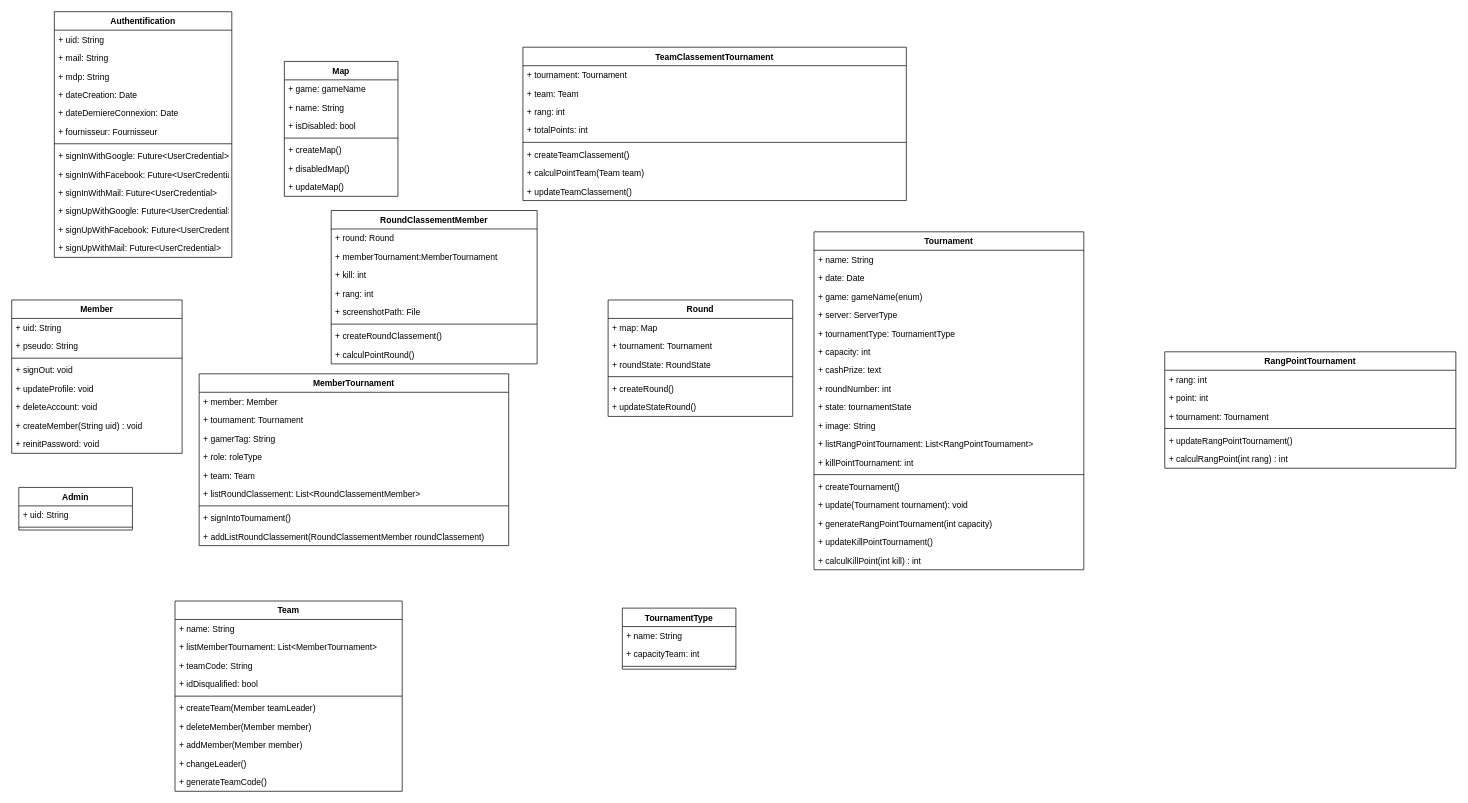
Earlier version of the draw.io diagram ospawn_cup.drawio (AlexandreMaillot/O-Spawn-Cup). Source tidied: cells renumbered, new cells numbered last; positions are measured from the earlier drawing's top-left corner, leaving out a move shared by most shapes. Both pictures are drawn from the tidied source at 71%, with x=0, y=0 at pixel (11, 11).
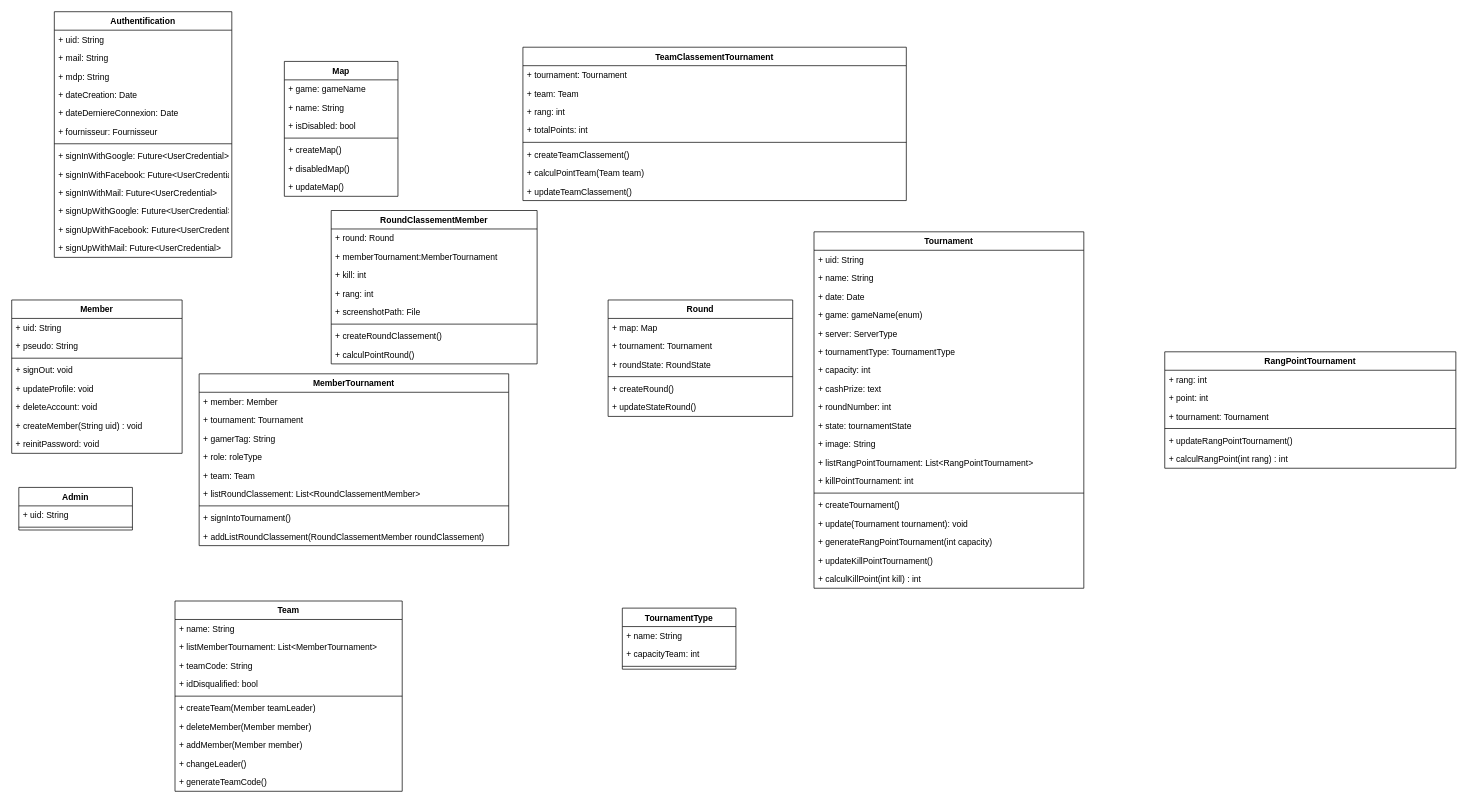
After the change.

What changed in the source:
```diff
@@
     <mxCell id="25" value="Tournament" style="swimlane;fontStyle=1;align=center;verticalAlign=top;horizontal=1;startSize=26;" parent="1" vertex="1">
-      <mxGeometry x="1130" y="310" width="380" height="476" as="geometry" />
+      <mxGeometry x="1130" y="310" width="380" height="502" as="geometry" />
     </mxCell>
+    <mxCell id="112" value="+ uid: String" style="text;strokeColor=none;fillColor=none;align=left;verticalAlign=top;spacingLeft=4;spacingRight=4;overflow=hidden;" parent="25" vertex="1">
+      <mxGeometry y="26" width="380" height="26" as="geometry" />
+    </mxCell>
     <mxCell id="26" value="+ name: String" style="text;strokeColor=none;fillColor=none;align=left;verticalAlign=top;spacingLeft=4;spacingRight=4;overflow=hidden;" parent="25" vertex="1">
-      <mxGeometry y="26" width="380" height="26" as="geometry" />
+      <mxGeometry y="52" width="380" height="26" as="geometry" />
     </mxCell>
     <mxCell id="27" value="+ date: Date" style="text;strokeColor=none;fillColor=none;align=left;verticalAlign=top;spacingLeft=4;spacingRight=4;overflow=hidden;" parent="25" vertex="1">
-      <mxGeometry y="52" width="380" height="26" as="geometry" />
+      <mxGeometry y="78" width="380" height="26" as="geometry" />
     </mxCell>
     <mxCell id="28" value="+ game: gameName(enum)" style="text;strokeColor=none;fillColor=none;align=left;verticalAlign=top;spacingLeft=4;spacingRight=4;overflow=hidden;" parent="25" vertex="1">
-      <mxGeometry y="78" width="380" height="26" as="geometry" />
+      <mxGeometry y="104" width="380" height="26" as="geometry" />
     </mxCell>
     <mxCell id="29" value="+ server: ServerType" style="text;strokeColor=none;fillColor=none;align=left;verticalAlign=top;spacingLeft=4;spacingRight=4;overflow=hidden;" parent="25" vertex="1">
-      <mxGeometry y="104" width="380" height="26" as="geometry" />
+      <mxGeometry y="130" width="380" height="26" as="geometry" />
     </mxCell>
     <mxCell id="30" value="+ tournamentType: TournamentType" style="text;strokeColor=none;fillColor=none;align=left;verticalAlign=top;spacingLeft=4;spacingRight=4;overflow=hidden;" parent="25" vertex="1">
-      <mxGeometry y="130" width="380" height="26" as="geometry" />
+      <mxGeometry y="156" width="380" height="26" as="geometry" />
     </mxCell>
     <mxCell id="31" value="+ capacity: int" style="text;strokeColor=none;fillColor=none;align=left;verticalAlign=top;spacingLeft=4;spacingRight=4;overflow=hidden;" parent="25" vertex="1">
-      <mxGeometry y="156" width="380" height="26" as="geometry" />
+      <mxGeometry y="182" width="380" height="26" as="geometry" />
     </mxCell>
     <mxCell id="32" value="+ cashPrize: text" style="text;strokeColor=none;fillColor=none;align=left;verticalAlign=top;spacingLeft=4;spacingRight=4;overflow=hidden;" parent="25" vertex="1">
-      <mxGeometry y="182" width="380" height="26" as="geometry" />
+      <mxGeometry y="208" width="380" height="26" as="geometry" />
     </mxCell>
     <mxCell id="33" value="+ roundNumber: int" style="text;strokeColor=none;fillColor=none;align=left;verticalAlign=top;spacingLeft=4;spacingRight=4;overflow=hidden;" parent="25" vertex="1">
-      <mxGeometry y="208" width="380" height="26" as="geometry" />
+      <mxGeometry y="234" width="380" height="26" as="geometry" />
     </mxCell>
     <mxCell id="34" value="+ state: tournamentState" style="text;strokeColor=none;fillColor=none;align=left;verticalAlign=top;spacingLeft=4;spacingRight=4;overflow=hidden;" parent="25" vertex="1">
-      <mxGeometry y="234" width="380" height="26" as="geometry" />
+      <mxGeometry y="260" width="380" height="26" as="geometry" />
     </mxCell>
     <mxCell id="35" value="+ image: String" style="text;strokeColor=none;fillColor=none;align=left;verticalAlign=top;spacingLeft=4;spacingRight=4;overflow=hidden;" parent="25" vertex="1">
-      <mxGeometry y="260" width="380" height="26" as="geometry" />
+      <mxGeometry y="286" width="380" height="26" as="geometry" />
     </mxCell>
     <mxCell id="36" value="+ listRangPointTournament: List&lt;RangPointTournament&gt;" style="text;strokeColor=none;fillColor=none;align=left;verticalAlign=top;spacingLeft=4;spacingRight=4;overflow=hidden;" parent="25" vertex="1">
-      <mxGeometry y="286" width="380" height="26" as="geometry" />
+      <mxGeometry y="312" width="380" height="26" as="geometry" />
     </mxCell>
     <mxCell id="37" value="+ killPointTournament: int" style="text;strokeColor=none;fillColor=none;align=left;verticalAlign=top;spacingLeft=4;spacingRight=4;overflow=hidden;" parent="25" vertex="1">
-      <mxGeometry y="312" width="380" height="26" as="geometry" />
+      <mxGeometry y="338" width="380" height="26" as="geometry" />
     </mxCell>
     <mxCell id="38" style="line;strokeWidth=1;fillColor=none;align=left;verticalAlign=middle;spacingTop=-1;spacingLeft=3;spacingRight=3;labelPosition=right;" parent="25" vertex="1">
-      <mxGeometry y="338" width="380" height="8" as="geometry" />
+      <mxGeometry y="364" width="380" height="8" as="geometry" />
     </mxCell>
     <mxCell id="39" value="+ createTournament()" style="text;strokeColor=none;fillColor=none;align=left;verticalAlign=top;spacingLeft=4;spacingRight=4;overflow=hidden;" parent="25" vertex="1">
-      <mxGeometry y="346" width="380" height="26" as="geometry" />
+      <mxGeometry y="372" width="380" height="26" as="geometry" />
     </mxCell>
     <mxCell id="40" value="+ update(Tournament tournament): void" style="text;strokeColor=none;fillColor=none;align=left;verticalAlign=top;spacingLeft=4;spacingRight=4;overflow=hidden;" parent="25" vertex="1">
-      <mxGeometry y="372" width="380" height="26" as="geometry" />
+      <mxGeometry y="398" width="380" height="26" as="geometry" />
     </mxCell>
     <mxCell id="41" value="+ generateRangPointTournament(int capacity)" style="text;strokeColor=none;fillColor=none;align=left;verticalAlign=top;spacingLeft=4;spacingRight=4;overflow=hidden;" parent="25" vertex="1">
-      <mxGeometry y="398" width="380" height="26" as="geometry" />
+      <mxGeometry y="424" width="380" height="26" as="geometry" />
     </mxCell>
     <mxCell id="42" value="+ updateKillPointTournament()" style="text;strokeColor=none;fillColor=none;align=left;verticalAlign=top;spacingLeft=4;spacingRight=4;overflow=hidden;" parent="25" vertex="1">
-      <mxGeometry y="424" width="380" height="26" as="geometry" />
+      <mxGeometry y="450" width="380" height="26" as="geometry" />
     </mxCell>
     <mxCell id="43" value="+ calculKillPoint(int kill) : int" style="text;strokeColor=none;fillColor=none;align=left;verticalAlign=top;spacingLeft=4;spacingRight=4;overflow=hidden;" parent="25" vertex="1">
-      <mxGeometry y="450" width="380" height="26" as="geometry" />
+      <mxGeometry y="476" width="380" height="26" as="geometry" />
     </mxCell>
```
